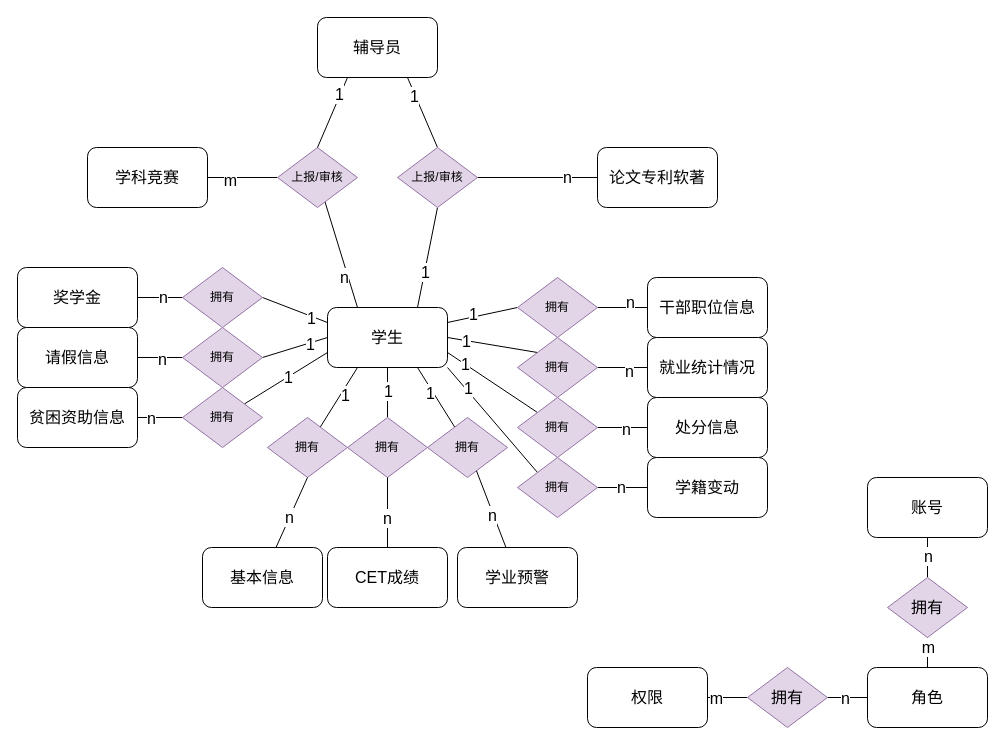
This is map/swms-er.drawio from msqtt/Sources, a draw.io file, before an edit. Source tidied: cells renumbered, new cells numbered last; positions are measured from the earlier drawing's top-left corner, leaving out a move shared by most shapes. Both pictures are drawn from the tidied source at 100%, with x=0, y=0 at pixel (17, 17).
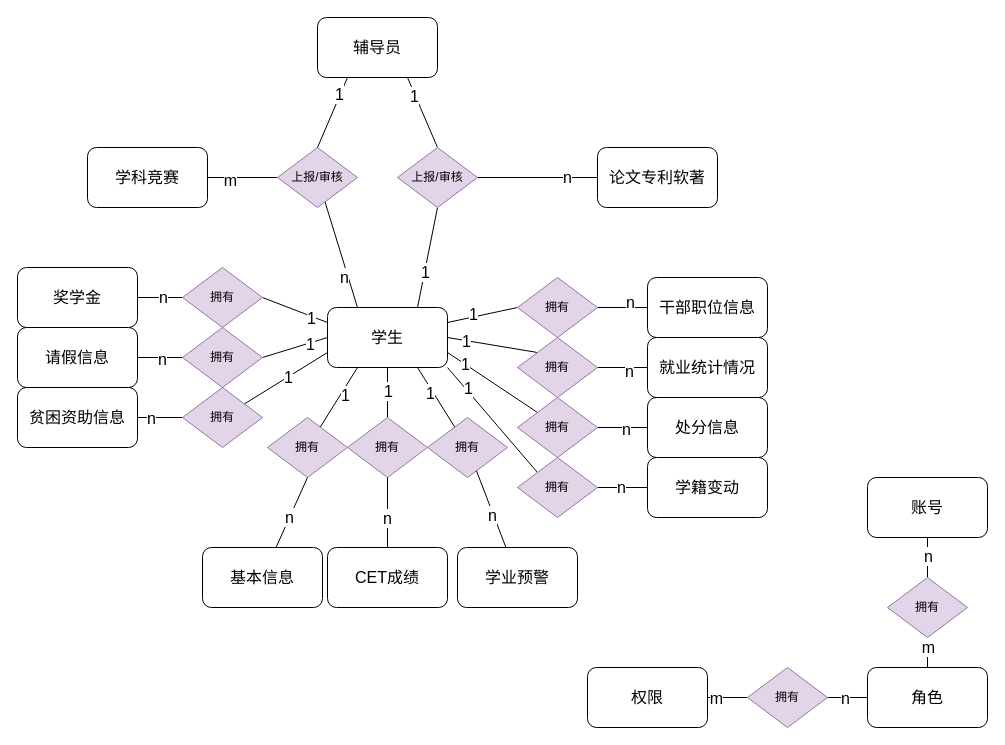
After the change.

Diff of the diagram source:
```diff
@@
-    <mxCell id="11" value="拥有" style="rhombus;whiteSpace=wrap;html=1;fontSize=16;rounded=0;fillColor=#e1d5e7;strokeColor=#9673a6;" parent="1" vertex="1">
+    <mxCell id="11" value="拥有" style="rhombus;whiteSpace=wrap;html=1;fontSize=12;rounded=0;fillColor=#e1d5e7;strokeColor=#9673a6;" parent="1" vertex="1">
       <mxGeometry x="730" y="650" width="80" height="60" as="geometry" />
     </mxCell>
@@
-    <mxCell id="14" value="拥有" style="rhombus;whiteSpace=wrap;html=1;fontSize=16;rounded=0;fillColor=#e1d5e7;strokeColor=#9673a6;" parent="1" vertex="1">
+    <mxCell id="14" value="拥有" style="rhombus;whiteSpace=wrap;html=1;fontSize=12;rounded=0;fillColor=#e1d5e7;strokeColor=#9673a6;" parent="1" vertex="1">
       <mxGeometry x="870" y="560" width="80" height="60" as="geometry" />
     </mxCell>
```
